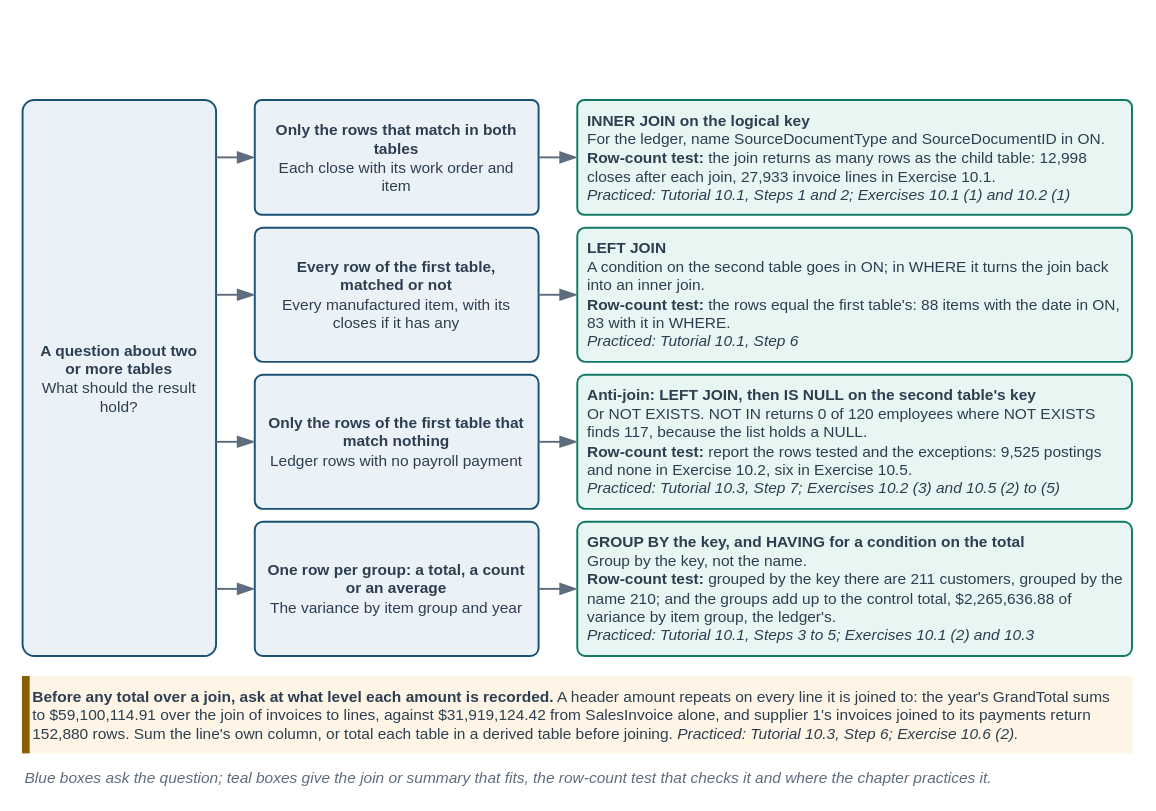
The draw.io diagram facts/instructor/figures/chapter-10-joining-and-summarizing/IF-10-0-A.drawio in mmcodesso/Accounting_Analytics_Book, before the edit. Source tidied: cells renumbered, new cells numbered last; positions are measured from the earlier drawing's top-left corner, leaving out a move shared by most shapes. Both pictures are drawn from the tidied source at 129%, with x=0, y=0 at pixel (22, 99).
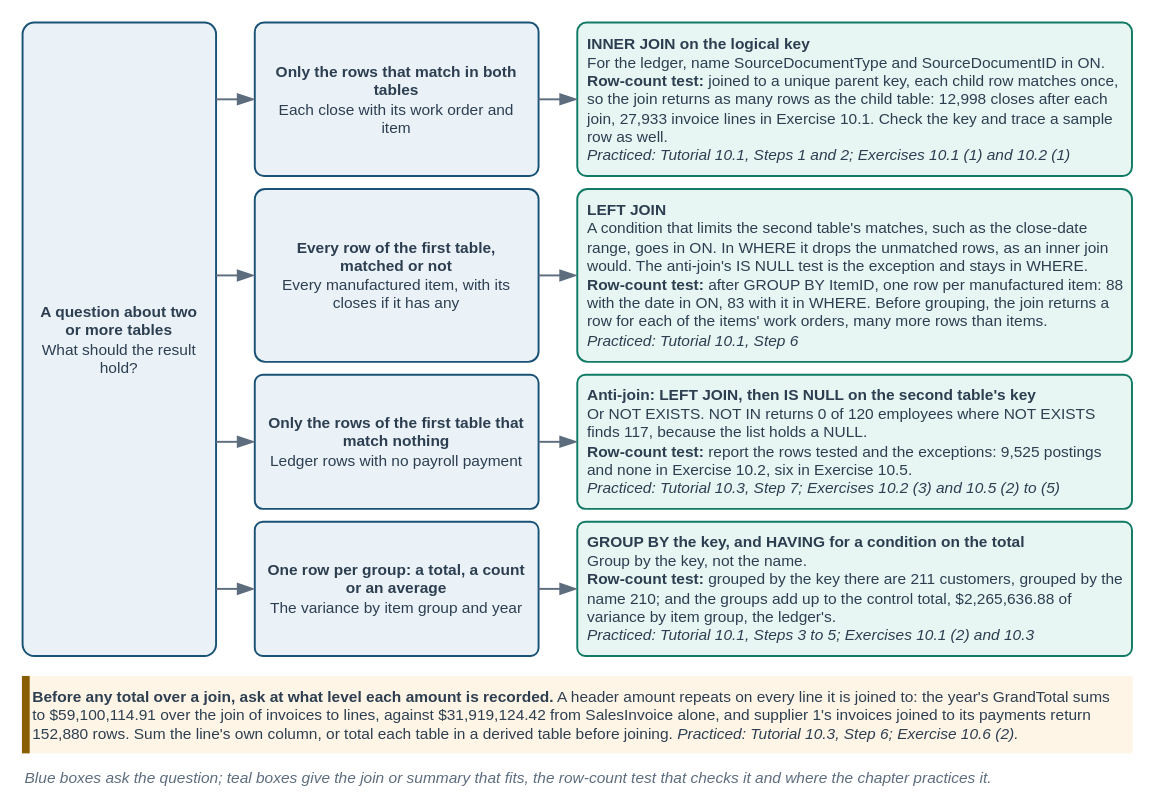
The same page after the edit.

The change refers to these unchanged cells:
```xml
<mxCell id="12" value="&lt;b&gt;Only the rows of the first table that match nothing&lt;/b&gt;&lt;br&gt;Ledger rows with no payroll payment" style="rounded=1;arcSize=6;whiteSpace=wrap;html=1;fillColor=#EAF2F8;strokeColor=#1A5276;strokeWidth=1.5;fontColor=#2C3E50;fontSize=12;fontStyle=0;align=center;verticalAlign=middle;fontFamily=Helvetica;spacingLeft=6;spacingRight=6;" parent="1" vertex="1">
  <mxGeometry x="180" y="213" width="220" height="104" as="geometry" />
</mxCell>
<mxCell id="16" value="&lt;b&gt;One row per group: a total, a count or an average&lt;/b&gt;&lt;br&gt;The variance by item group and year" style="rounded=1;arcSize=6;whiteSpace=wrap;html=1;fillColor=#EAF2F8;strokeColor=#1A5276;strokeWidth=1.5;fontColor=#2C3E50;fontSize=12;fontStyle=0;align=center;verticalAlign=middle;fontFamily=Helvetica;spacingLeft=6;spacingRight=6;" parent="1" vertex="1">
  <mxGeometry x="180" y="327" width="220" height="104" as="geometry" />
</mxCell>
```

What changed in the source:
```diff
@@
     <mxCell id="2" style="rounded=0;html=1;fillColor=none;strokeColor=none;" parent="1" vertex="1">
-      <mxGeometry width="860" height="534" as="geometry" />
+      <mxGeometry y="-60" width="860" height="594" as="geometry" />
     </mxCell>
     <mxCell id="3" value="&lt;b&gt;A question about two or more tables&lt;/b&gt;&lt;br&gt;What should the result hold?" style="rounded=1;arcSize=6;whiteSpace=wrap;html=1;fillColor=#EAF2F8;strokeColor=#1A5276;strokeWidth=1.5;fontColor=#2C3E50;fontSize=12;fontStyle=0;align=center;verticalAlign=middle;fontFamily=Helvetica;spacingLeft=6;spacingRight=6;" parent="1" vertex="1">
-      <mxGeometry width="150" height="431" as="geometry" />
+      <mxGeometry y="-60" width="150" height="491" as="geometry" />
     </mxCell>
     <mxCell id="4" value="&lt;b&gt;Only the rows that match in both tables&lt;/b&gt;&lt;br&gt;Each close with its work order and item" style="rounded=1;arcSize=6;whiteSpace=wrap;html=1;fillColor=#EAF2F8;strokeColor=#1A5276;strokeWidth=1.5;fontColor=#2C3E50;fontSize=12;fontStyle=0;align=center;verticalAlign=middle;fontFamily=Helvetica;spacingLeft=6;spacingRight=6;" parent="1" vertex="1">
-      <mxGeometry x="180" width="220" height="89" as="geometry" />
+      <mxGeometry x="180" y="-60" width="220" height="119" as="geometry" />
     </mxCell>
-    <mxCell id="5" value="&lt;b&gt;INNER JOIN on the logical key&lt;/b&gt;&lt;br&gt;For the ledger, name SourceDocumentType and SourceDocumentID in ON.&lt;br&gt;&lt;b&gt;Row-count test:&lt;/b&gt; the join returns as many rows as the child table: 12,998 closes after each join, 27,933 invoice lines in Exercise 10.1.&lt;br&gt;&lt;i&gt;Practiced: Tutorial&amp;nbsp;10.1, Steps&amp;nbsp;1&amp;nbsp;and&amp;nbsp;2; Exercises&amp;nbsp;10.1&amp;nbsp;(1)&amp;nbsp;and&amp;nbsp;10.2&amp;nbsp;(1)&lt;/i&gt;" style="rounded=1;arcSize=6;whiteSpace=wrap;html=1;fillColor=#E8F6F3;strokeColor=#117A65;strokeWidth=1.5;fontColor=#2C3E50;fontSize=12;fontStyle=0;align=left;verticalAlign=middle;fontFamily=Helvetica;spacingLeft=6;spacingRight=6;" parent="1" vertex="1">
-      <mxGeometry x="430" width="430" height="89" as="geometry" />
+    <mxCell id="5" value="&lt;b&gt;INNER JOIN on the logical key&lt;/b&gt;&lt;br&gt;For the ledger, name SourceDocumentType and SourceDocumentID in ON.&lt;br&gt;&lt;b&gt;Row-count test:&lt;/b&gt; joined to a unique parent key, each child row matches once, so the join returns as many rows as the child table: 12,998 closes after each join, 27,933 invoice lines in Exercise 10.1. Check the key and trace a sample row as well.&lt;br&gt;&lt;i&gt;Practiced: Tutorial&amp;nbsp;10.1, Steps&amp;nbsp;1&amp;nbsp;and&amp;nbsp;2; Exercises&amp;nbsp;10.1&amp;nbsp;(1)&amp;nbsp;and&amp;nbsp;10.2&amp;nbsp;(1)&lt;/i&gt;" style="rounded=1;arcSize=6;whiteSpace=wrap;html=1;fillColor=#E8F6F3;strokeColor=#117A65;strokeWidth=1.5;fontColor=#2C3E50;fontSize=12;fontStyle=0;align=left;verticalAlign=middle;fontFamily=Helvetica;spacingLeft=6;spacingRight=6;" parent="1" vertex="1">
+      <mxGeometry x="430" y="-60" width="430" height="119" as="geometry" />
     </mxCell>
-    <mxCell id="6" style="edgeStyle=orthogonalEdgeStyle;rounded=1;html=1;startArrow=none;endArrow=blockThin;startFill=0;endFill=1;startSize=10;endSize=10;strokeColor=#5D6D7E;strokeWidth=1.5;fontSize=12;fontColor=#2C3E50;fontFamily=Helvetica;labelBackgroundColor=#FFFFFF;edgeStyle=none;exitX=1;exitY=0.103248;exitDx=0;exitDy=0;entryX=0;entryY=0.5;entryDx=0;entryDy=0;" parent="1" edge="1" source="3" target="4">
+    <mxCell id="6" style="edgeStyle=orthogonalEdgeStyle;rounded=1;html=1;startArrow=none;endArrow=blockThin;startFill=0;endFill=1;startSize=10;endSize=10;strokeColor=#5D6D7E;strokeWidth=1.5;fontSize=12;fontColor=#2C3E50;fontFamily=Helvetica;labelBackgroundColor=#FFFFFF;edgeStyle=none;exitX=1;exitY=0.121181;exitDx=0;exitDy=0;entryX=0;entryY=0.5;entryDx=0;entryDy=0;" parent="1" edge="1" source="3" target="4">
       <mxGeometry relative="1" as="geometry" />
     </mxCell>
@@
     <mxCell id="8" value="&lt;b&gt;Every row of the first table, matched or not&lt;/b&gt;&lt;br&gt;Every manufactured item, with its closes if it has any" style="rounded=1;arcSize=6;whiteSpace=wrap;html=1;fillColor=#EAF2F8;strokeColor=#1A5276;strokeWidth=1.5;fontColor=#2C3E50;fontSize=12;fontStyle=0;align=center;verticalAlign=middle;fontFamily=Helvetica;spacingLeft=6;spacingRight=6;" parent="1" vertex="1">
-      <mxGeometry x="180" y="99" width="220" height="104" as="geometry" />
+      <mxGeometry x="180" y="69" width="220" height="134" as="geometry" />
     </mxCell>
-    <mxCell id="9" value="&lt;b&gt;LEFT JOIN&lt;/b&gt;&lt;br&gt;A condition on the second table goes in ON; in WHERE it turns the join back into an inner join.&lt;br&gt;&lt;b&gt;Row-count test:&lt;/b&gt; the rows equal the first table's: 88 items with the date in ON, 83 with it in WHERE.&lt;br&gt;&lt;i&gt;Practiced: Tutorial&amp;nbsp;10.1, Step&amp;nbsp;6&lt;/i&gt;" style="rounded=1;arcSize=6;whiteSpace=wrap;html=1;fillColor=#E8F6F3;strokeColor=#117A65;strokeWidth=1.5;fontColor=#2C3E50;fontSize=12;fontStyle=0;align=left;verticalAlign=middle;fontFamily=Helvetica;spacingLeft=6;spacingRight=6;" parent="1" vertex="1">
-      <mxGeometry x="430" y="99" width="430" height="104" as="geometry" />
+    <mxCell id="9" value="&lt;b&gt;LEFT JOIN&lt;/b&gt;&lt;br&gt;A condition that limits the second table's matches, such as the close-date range, goes in ON. In WHERE it drops the unmatched rows, as an inner join would. The anti-join's IS NULL test is the exception and stays in WHERE.&lt;br&gt;&lt;b&gt;Row-count test:&lt;/b&gt; after GROUP BY ItemID, one row per manufactured item: 88 with the date in ON, 83 with it in WHERE. Before grouping, the join returns a row for each of the items' work orders, many more rows than items.&lt;br&gt;&lt;i&gt;Practiced: Tutorial&amp;nbsp;10.1, Step&amp;nbsp;6&lt;/i&gt;" style="rounded=1;arcSize=6;whiteSpace=wrap;html=1;fillColor=#E8F6F3;strokeColor=#117A65;strokeWidth=1.5;fontColor=#2C3E50;fontSize=12;fontStyle=0;align=left;verticalAlign=middle;fontFamily=Helvetica;spacingLeft=6;spacingRight=6;" parent="1" vertex="1">
+      <mxGeometry x="430" y="69" width="430" height="134" as="geometry" />
     </mxCell>
-    <mxCell id="10" style="edgeStyle=orthogonalEdgeStyle;rounded=1;html=1;startArrow=none;endArrow=blockThin;startFill=0;endFill=1;startSize=10;endSize=10;strokeColor=#5D6D7E;strokeWidth=1.5;fontSize=12;fontColor=#2C3E50;fontFamily=Helvetica;labelBackgroundColor=#FFFFFF;edgeStyle=none;exitX=1;exitY=0.350348;exitDx=0;exitDy=0;entryX=0;entryY=0.5;entryDx=0;entryDy=0;" parent="1" edge="1" source="3" target="8">
+    <mxCell id="10" style="edgeStyle=orthogonalEdgeStyle;rounded=1;html=1;startArrow=none;endArrow=blockThin;startFill=0;endFill=1;startSize=10;endSize=10;strokeColor=#5D6D7E;strokeWidth=1.5;fontSize=12;fontColor=#2C3E50;fontFamily=Helvetica;labelBackgroundColor=#FFFFFF;edgeStyle=none;exitX=1;exitY=0.399185;exitDx=0;exitDy=0;entryX=0;entryY=0.5;entryDx=0;entryDy=0;" parent="1" edge="1" source="3" target="8">
       <mxGeometry relative="1" as="geometry" />
     </mxCell>
@@
-    <mxCell id="14" style="edgeStyle=orthogonalEdgeStyle;rounded=1;html=1;startArrow=none;endArrow=blockThin;startFill=0;endFill=1;startSize=10;endSize=10;strokeColor=#5D6D7E;strokeWidth=1.5;fontSize=12;fontColor=#2C3E50;fontFamily=Helvetica;labelBackgroundColor=#FFFFFF;edgeStyle=none;exitX=1;exitY=0.614849;exitDx=0;exitDy=0;entryX=0;entryY=0.5;entryDx=0;entryDy=0;" parent="1" edge="1" source="3" target="12">
+    <mxCell id="14" style="edgeStyle=orthogonalEdgeStyle;rounded=1;html=1;startArrow=none;endArrow=blockThin;startFill=0;endFill=1;startSize=10;endSize=10;strokeColor=#5D6D7E;strokeWidth=1.5;fontSize=12;fontColor=#2C3E50;fontFamily=Helvetica;labelBackgroundColor=#FFFFFF;edgeStyle=none;exitX=1;exitY=0.661914;exitDx=0;exitDy=0;entryX=0;entryY=0.5;entryDx=0;entryDy=0;" parent="1" edge="1" source="3" target="12">
       <mxGeometry relative="1" as="geometry" />
     </mxCell>
@@
-    <mxCell id="18" style="edgeStyle=orthogonalEdgeStyle;rounded=1;html=1;startArrow=none;endArrow=blockThin;startFill=0;endFill=1;startSize=10;endSize=10;strokeColor=#5D6D7E;strokeWidth=1.5;fontSize=12;fontColor=#2C3E50;fontFamily=Helvetica;labelBackgroundColor=#FFFFFF;edgeStyle=none;exitX=1;exitY=0.87935;exitDx=0;exitDy=0;entryX=0;entryY=0.5;entryDx=0;entryDy=0;" parent="1" edge="1" source="3" target="16">
+    <mxCell id="18" style="edgeStyle=orthogonalEdgeStyle;rounded=1;html=1;startArrow=none;endArrow=blockThin;startFill=0;endFill=1;startSize=10;endSize=10;strokeColor=#5D6D7E;strokeWidth=1.5;fontSize=12;fontColor=#2C3E50;fontFamily=Helvetica;labelBackgroundColor=#FFFFFF;edgeStyle=none;exitX=1;exitY=0.894094;exitDx=0;exitDy=0;entryX=0;entryY=0.5;entryDx=0;entryDy=0;" parent="1" edge="1" source="3" target="16">
       <mxGeometry relative="1" as="geometry" />
     </mxCell>
```
